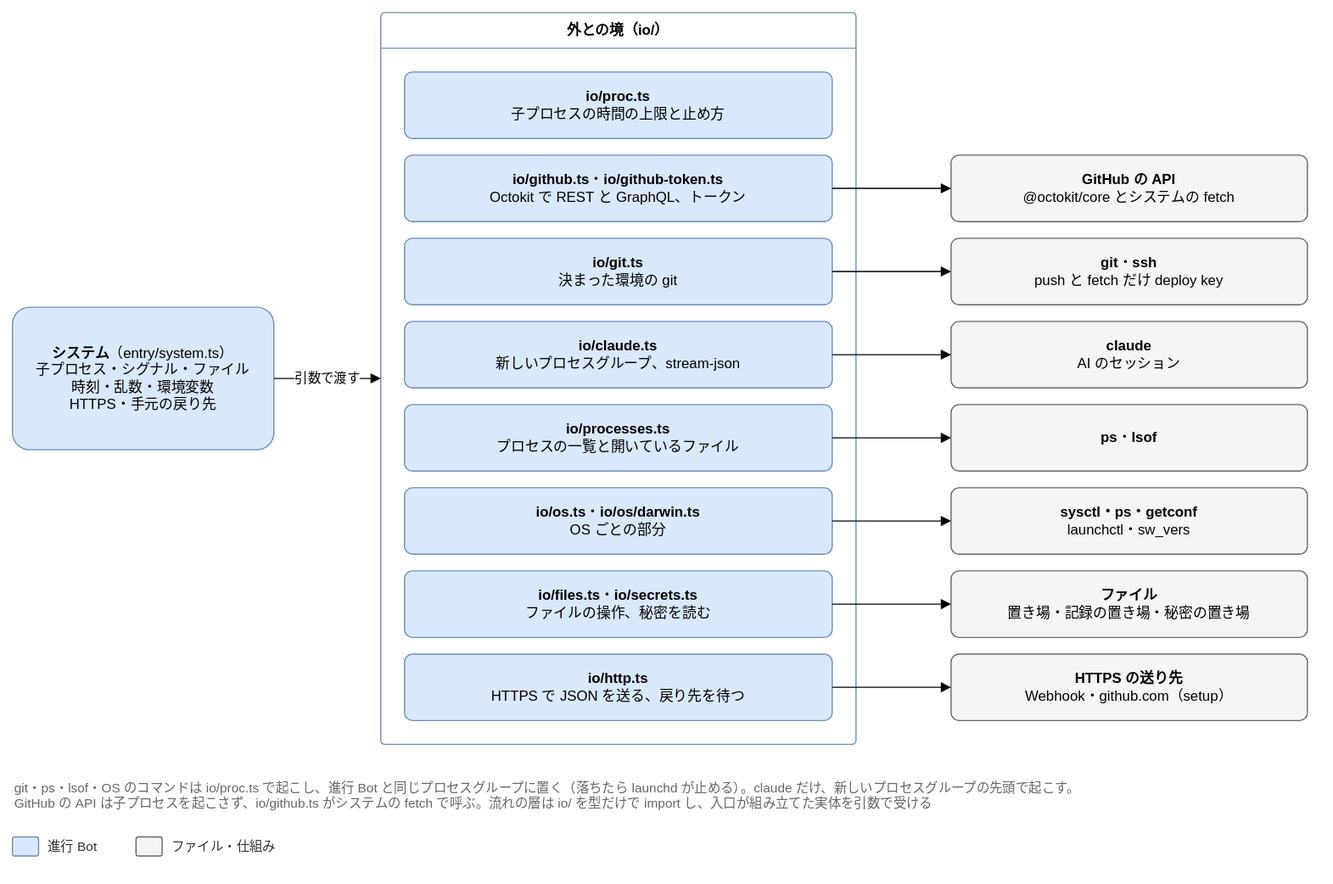
Joymerrevent/dev-autopilot keeps this draw.io diagram as docs/design/detailed/diagrams/01-modules.drawio.svg. Above is the earlier version. Source tidied: cells renumbered, new cells last; positions are measured from the earlier drawing's top-left corner, leaving out a move shared by most shapes.
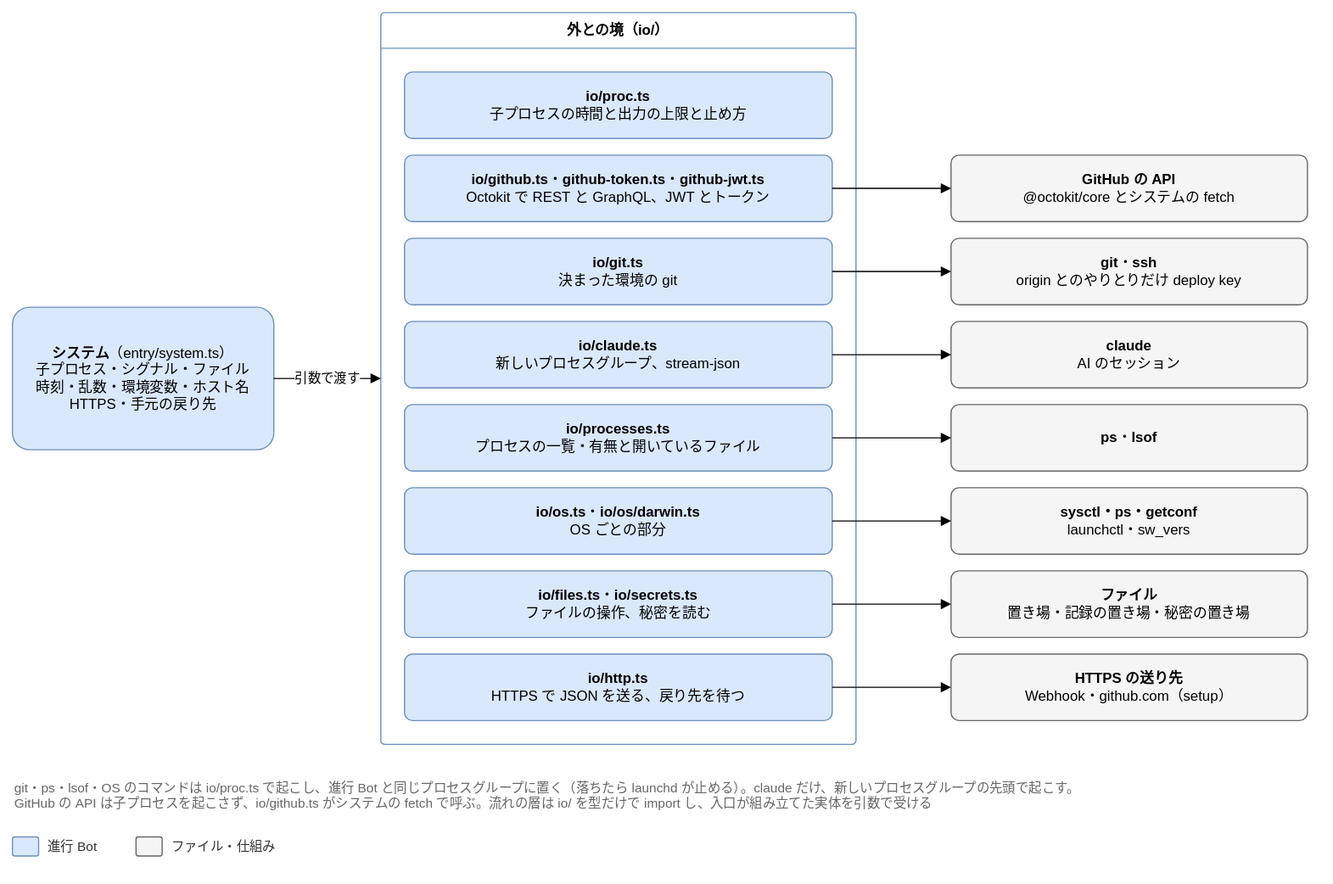
Later version of the same file.

Change to the diagram source:
```diff
@@ -5,10 +5,10 @@
     <mxCell id="2" value="外との境（io/）" style="swimlane;startSize=30;html=1;whiteSpace=wrap;rounded=1;arcSize=4;fontStyle=1;fontSize=12;fillColor=none;swimlaneFillColor=none;strokeColor=#6c8ebf;" parent="1" vertex="1">
       <mxGeometry x="310" width="400" height="616" as="geometry" />
     </mxCell>
-    <mxCell id="3" value="&lt;b&gt;io/proc.ts&lt;/b&gt;&lt;br&gt;子プロセスの時間の上限と止め方" style="rounded=1;whiteSpace=wrap;html=1;fontSize=12;arcSize=12;spacing=12;fillColor=#dae8fc;strokeColor=#6c8ebf;" parent="2" vertex="1">
+    <mxCell id="3" value="&lt;b&gt;io/proc.ts&lt;/b&gt;&lt;br&gt;子プロセスの時間と出力の上限と止め方" style="rounded=1;whiteSpace=wrap;html=1;fontSize=12;arcSize=12;spacing=12;fillColor=#dae8fc;strokeColor=#6c8ebf;" parent="2" vertex="1">
       <mxGeometry x="20" y="50" width="360" height="56" as="geometry" />
     </mxCell>
-    <mxCell id="4" value="&lt;b&gt;io/github.ts&lt;/b&gt;・&lt;b&gt;io/github-token.ts&lt;/b&gt;&lt;br&gt;Octokit で REST と GraphQL、トークン" style="rounded=1;whiteSpace=wrap;html=1;fontSize=12;arcSize=12;spacing=12;fillColor=#dae8fc;strokeColor=#6c8ebf;" parent="2" vertex="1">
+    <mxCell id="4" value="&lt;b&gt;io/github.ts&lt;/b&gt;・&lt;b&gt;github-token.ts&lt;/b&gt;・&lt;b&gt;github-jwt.ts&lt;/b&gt;&lt;br&gt;Octokit で REST と GraphQL、JWT とトークン" style="rounded=1;whiteSpace=wrap;html=1;fontSize=12;arcSize=12;spacing=12;fillColor=#dae8fc;strokeColor=#6c8ebf;" parent="2" vertex="1">
       <mxGeometry x="20" y="120" width="360" height="56" as="geometry" />
     </mxCell>
     <mxCell id="5" value="&lt;b&gt;io/git.ts&lt;/b&gt;&lt;br&gt;決まった環境の git" style="rounded=1;whiteSpace=wrap;html=1;fontSize=12;arcSize=12;spacing=12;fillColor=#dae8fc;strokeColor=#6c8ebf;" parent="2" vertex="1">
@@ -17,7 +17,7 @@
     <mxCell id="6" value="&lt;b&gt;io/claude.ts&lt;/b&gt;&lt;br&gt;新しいプロセスグループ、stream-json" style="rounded=1;whiteSpace=wrap;html=1;fontSize=12;arcSize=12;spacing=12;fillColor=#dae8fc;strokeColor=#6c8ebf;" parent="2" vertex="1">
       <mxGeometry x="20" y="260" width="360" height="56" as="geometry" />
     </mxCell>
-    <mxCell id="7" value="&lt;b&gt;io/processes.ts&lt;/b&gt;&lt;br&gt;プロセスの一覧と開いているファイル" style="rounded=1;whiteSpace=wrap;html=1;fontSize=12;arcSize=12;spacing=12;fillColor=#dae8fc;strokeColor=#6c8ebf;" parent="2" vertex="1">
+    <mxCell id="7" value="&lt;b&gt;io/processes.ts&lt;/b&gt;&lt;br&gt;プロセスの一覧・有無と開いているファイル" style="rounded=1;whiteSpace=wrap;html=1;fontSize=12;arcSize=12;spacing=12;fillColor=#dae8fc;strokeColor=#6c8ebf;" parent="2" vertex="1">
       <mxGeometry x="20" y="330" width="360" height="56" as="geometry" />
     </mxCell>
     <mxCell id="8" value="&lt;b&gt;io/os.ts&lt;/b&gt;・&lt;b&gt;io/os/darwin.ts&lt;/b&gt;&lt;br&gt;OS ごとの部分" style="rounded=1;whiteSpace=wrap;html=1;fontSize=12;arcSize=12;spacing=12;fillColor=#dae8fc;strokeColor=#6c8ebf;" parent="2" vertex="1">
@@ -29,7 +29,7 @@
     <mxCell id="10" value="&lt;b&gt;io/http.ts&lt;/b&gt;&lt;br&gt;HTTPS で JSON を送る、戻り先を待つ" style="rounded=1;whiteSpace=wrap;html=1;fontSize=12;arcSize=12;spacing=12;fillColor=#dae8fc;strokeColor=#6c8ebf;" parent="2" vertex="1">
       <mxGeometry x="20" y="540" width="360" height="56" as="geometry" />
     </mxCell>
-    <mxCell id="11" value="&lt;b&gt;システム&lt;/b&gt;（entry/system.ts）&lt;br&gt;子プロセス・シグナル・ファイル&lt;br&gt;時刻・乱数・環境変数&lt;br&gt;HTTPS・手元の戻り先" style="rounded=1;whiteSpace=wrap;html=1;fontSize=12;arcSize=12;spacing=12;fillColor=#dae8fc;strokeColor=#6c8ebf;" parent="1" vertex="1">
+    <mxCell id="11" value="&lt;b&gt;システム&lt;/b&gt;（entry/system.ts）&lt;br&gt;子プロセス・シグナル・ファイル&lt;br&gt;時刻・乱数・環境変数・ホスト名&lt;br&gt;HTTPS・手元の戻り先" style="rounded=1;whiteSpace=wrap;html=1;fontSize=12;arcSize=12;spacing=12;fillColor=#dae8fc;strokeColor=#6c8ebf;" parent="1" vertex="1">
       <mxGeometry y="248" width="220" height="120" as="geometry" />
     </mxCell>
     <mxCell id="12" value="引数で渡す" style="edgeStyle=orthogonalEdgeStyle;rounded=1;html=1;endArrow=block;endFill=1;fontSize=11;labelBackgroundColor=#ffffff;exitX=1;exitY=0.5;exitDx=0;exitDy=0;entryX=0;entryY=0.5;entryDx=0;entryDy=0;" parent="1" edge="1" source="11" target="2">
@@ -41,7 +41,7 @@
     <mxCell id="14" style="edgeStyle=orthogonalEdgeStyle;rounded=1;html=1;endArrow=block;endFill=1;fontSize=11;labelBackgroundColor=#ffffff;exitX=1;exitY=0.5;exitDx=0;exitDy=0;entryX=0;entryY=0.5;entryDx=0;entryDy=0;" parent="1" edge="1" source="4" target="13">
       <mxGeometry relative="1" as="geometry" />
     </mxCell>
-    <mxCell id="15" value="&lt;b&gt;git&lt;/b&gt;・&lt;b&gt;ssh&lt;/b&gt;&lt;br&gt;push と fetch だけ deploy key" style="rounded=1;whiteSpace=wrap;html=1;fontSize=12;arcSize=12;spacing=12;fillColor=#f5f5f5;strokeColor=#666666;" parent="1" vertex="1">
+    <mxCell id="15" value="&lt;b&gt;git&lt;/b&gt;・&lt;b&gt;ssh&lt;/b&gt;&lt;br&gt;origin とのやりとりだけ deploy key" style="rounded=1;whiteSpace=wrap;html=1;fontSize=12;arcSize=12;spacing=12;fillColor=#f5f5f5;strokeColor=#666666;" parent="1" vertex="1">
       <mxGeometry x="790" y="190" width="300" height="56" as="geometry" />
     </mxCell>
     <mxCell id="16" style="edgeStyle=orthogonalEdgeStyle;rounded=1;html=1;endArrow=block;endFill=1;fontSize=11;labelBackgroundColor=#ffffff;exitX=1;exitY=0.5;exitDx=0;exitDy=0;entryX=0;entryY=0.5;entryDx=0;entryDy=0;" parent="1" edge="1" source="5" target="15">
```
